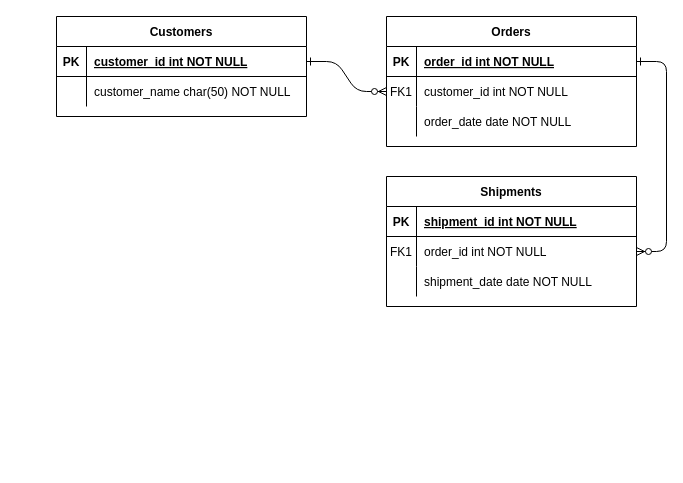
This is Untitled Diagram.drawio from tejudharanesh/database_design, a draw.io file, before an edit. Source tidied: cells renumbered, new cells numbered last; positions are measured from the earlier drawing's top-left corner, leaving out a move shared by most shapes. Both pictures are drawn from the tidied source at 100%, with x=0, y=0 at pixel (56, 16).
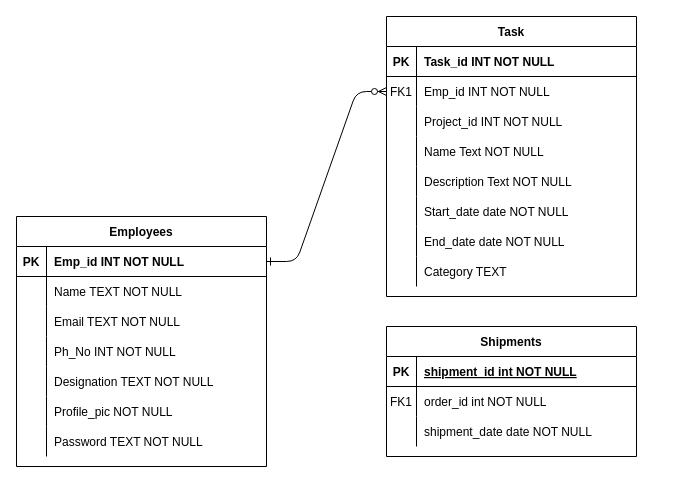
The same diagram, later.

The change refers to these unchanged cells:
```xml
<mxCell id="5" style="shape=partialRectangle;fillColor=none;points=[[0,0.5],[1,0.5]];portConstraint=eastwest;top=0;left=0;right=0;bottom=1;" parent="4" vertex="1">
  <mxGeometry y="30" width="250" height="30" as="geometry" />
</mxCell>
<mxCell id="8" style="shape=partialRectangle;fillColor=none;points=[[0,0.5],[1,0.5]];portConstraint=eastwest;top=0;left=0;right=0;bottom=0;" parent="4" vertex="1">
  <mxGeometry y="60" width="250" height="30" as="geometry" />
</mxCell>
<mxCell id="11" style="shape=partialRectangle;fillColor=none;top=0;left=0;right=0;bottom=0;" parent="4" vertex="1">
  <mxGeometry y="90" width="250" height="30" as="geometry" />
</mxCell>
<mxCell id="18" style="shape=partialRectangle;fillColor=none;points=[[0,0.5],[1,0.5]];portConstraint=eastwest;top=0;left=0;right=0;bottom=0;" parent="14" vertex="1">
  <mxGeometry y="60" width="250" height="30" as="geometry" />
</mxCell>
<mxCell id="25" style="shape=partialRectangle;fillColor=none;points=[[0,0.5],[1,0.5]];portConstraint=eastwest;top=0;left=0;right=0;bottom=1;" parent="24" vertex="1">
  <mxGeometry y="30" width="250" height="30" as="geometry" />
</mxCell>
<mxCell id="28" style="shape=partialRectangle;fillColor=none;top=0;left=0;right=0;bottom=0;" parent="24" vertex="1">
  <mxGeometry y="60" width="250" height="30" as="geometry" />
</mxCell>
```

What changed in the source:
```diff
@@
-    <mxCell id="3" style="edgeStyle=entityRelationEdgeStyle;endArrow=ERzeroToMany;startArrow=ERone;endFill=1;startFill=0;" parent="1" edge="1" source="5" target="18">
-      <mxGeometry relative="1" as="geometry" />
-    </mxCell>
-    <mxCell id="4" value="Orders" style="shape=table;startSize=30;childLayout=tableLayout;rowLines=0;fontStyle=1;align=center;" parent="1" vertex="1">
-      <mxGeometry x="330" width="250" height="130" as="geometry" />
+    <mxCell id="4" value="Task" style="shape=table;startSize=30;childLayout=tableLayout;rowLines=0;fontStyle=1;align=center;" parent="1" vertex="1">
+      <mxGeometry x="330" width="250" height="280" as="geometry" />
     </mxCell>
@@
-    <mxCell id="7" value="order_id int NOT NULL " style="shape=partialRectangle;overflow=hidden;fillColor=none;top=0;left=0;bottom=0;right=0;align=left;spacingLeft=6;fontStyle=5;" parent="5" vertex="1">
+    <mxCell id="7" value="Task_id INT NOT NULL " style="shape=partialRectangle;overflow=hidden;fillColor=none;top=0;left=0;bottom=0;right=0;align=left;spacingLeft=6;fontStyle=1;" parent="5" vertex="1">
       <mxGeometry x="30" width="220" height="30" as="geometry" />
     </mxCell>
@@
-    <mxCell id="10" value="customer_id int NOT NULL" style="shape=partialRectangle;overflow=hidden;fillColor=none;top=0;left=0;bottom=0;right=0;align=left;spacingLeft=6;" parent="8" vertex="1">
+    <mxCell id="10" value="Emp_id INT NOT NULL" style="shape=partialRectangle;overflow=hidden;fillColor=none;top=0;left=0;bottom=0;right=0;align=left;spacingLeft=6;" parent="8" vertex="1">
       <mxGeometry x="30" width="220" height="30" as="geometry" />
     </mxCell>
@@
-    <mxCell id="13" value="order_date date NOT NULL" style="shape=partialRectangle;overflow=hidden;fillColor=none;top=0;left=0;bottom=0;right=0;align=left;spacingLeft=6;" parent="11" vertex="1">
+    <mxCell id="13" value="Project_id INT NOT NULL" style="shape=partialRectangle;overflow=hidden;fillColor=none;top=0;left=0;bottom=0;right=0;align=left;spacingLeft=6;" parent="11" vertex="1">
       <mxGeometry x="30" width="220" height="30" as="geometry" />
     </mxCell>
+    <mxCell id="31" style="shape=partialRectangle;fillColor=none;top=0;left=0;right=0;bottom=0;" parent="4" vertex="1">
+      <mxGeometry y="120" width="250" height="30" as="geometry" />
+    </mxCell>
+    <mxCell id="32" style="shape=partialRectangle;overflow=hidden;fillColor=none;top=0;left=0;bottom=0;right=0;" parent="31" vertex="1">
+      <mxGeometry width="30" height="30" as="geometry" />
+    </mxCell>
+    <mxCell id="33" value="Name Text NOT NULL" style="shape=partialRectangle;overflow=hidden;fillColor=none;top=0;left=0;bottom=0;right=0;align=left;spacingLeft=6;" parent="31" vertex="1">
+      <mxGeometry x="30" width="220" height="30" as="geometry" />
+    </mxCell>
+    <mxCell id="34" style="shape=partialRectangle;fillColor=none;top=0;left=0;right=0;bottom=0;" parent="4" vertex="1">
+      <mxGeometry y="150" width="250" height="30" as="geometry" />
+    </mxCell>
+    <mxCell id="35" style="shape=partialRectangle;overflow=hidden;fillColor=none;top=0;left=0;bottom=0;right=0;" parent="34" vertex="1">
+      <mxGeometry width="30" height="30" as="geometry" />
+    </mxCell>
+    <mxCell id="36" value="Description Text NOT NULL" style="shape=partialRectangle;overflow=hidden;fillColor=none;top=0;left=0;bottom=0;right=0;align=left;spacingLeft=6;" parent="34" vertex="1">
+      <mxGeometry x="30" width="220" height="30" as="geometry" />
+    </mxCell>
+    <mxCell id="37" style="shape=partialRectangle;fillColor=none;top=0;left=0;right=0;bottom=0;" parent="4" vertex="1">
+      <mxGeometry y="180" width="250" height="30" as="geometry" />
+    </mxCell>
+    <mxCell id="38" style="shape=partialRectangle;overflow=hidden;fillColor=none;top=0;left=0;bottom=0;right=0;" parent="37" vertex="1">
+      <mxGeometry width="30" height="30" as="geometry" />
+    </mxCell>
+    <mxCell id="39" value="Start_date date NOT NULL" style="shape=partialRectangle;overflow=hidden;fillColor=none;top=0;left=0;bottom=0;right=0;align=left;spacingLeft=6;" parent="37" vertex="1">
+      <mxGeometry x="30" width="220" height="30" as="geometry" />
+    </mxCell>
+    <mxCell id="40" style="shape=partialRectangle;fillColor=none;top=0;left=0;right=0;bottom=0;" parent="4" vertex="1">
+      <mxGeometry y="210" width="250" height="30" as="geometry" />
+    </mxCell>
+    <mxCell id="41" style="shape=partialRectangle;overflow=hidden;fillColor=none;top=0;left=0;bottom=0;right=0;" parent="40" vertex="1">
+      <mxGeometry width="30" height="30" as="geometry" />
+    </mxCell>
+    <mxCell id="42" value="End_date date NOT NULL" style="shape=partialRectangle;overflow=hidden;fillColor=none;top=0;left=0;bottom=0;right=0;align=left;spacingLeft=6;" parent="40" vertex="1">
+      <mxGeometry x="30" width="220" height="30" as="geometry" />
+    </mxCell>
+    <mxCell id="43" style="shape=partialRectangle;fillColor=none;top=0;left=0;right=0;bottom=0;" parent="4" vertex="1">
+      <mxGeometry y="240" width="250" height="30" as="geometry" />
+    </mxCell>
+    <mxCell id="44" style="shape=partialRectangle;overflow=hidden;fillColor=none;top=0;left=0;bottom=0;right=0;" parent="43" vertex="1">
+      <mxGeometry width="30" height="30" as="geometry" />
+    </mxCell>
+    <mxCell id="45" value="Category TEXT " style="shape=partialRectangle;overflow=hidden;fillColor=none;top=0;left=0;bottom=0;right=0;align=left;spacingLeft=6;" parent="43" vertex="1">
+      <mxGeometry x="30" width="220" height="30" as="geometry" />
+    </mxCell>
     <mxCell id="14" value="Shipments" style="shape=table;startSize=30;childLayout=tableLayout;rowLines=0;fontStyle=1;align=center;" parent="1" vertex="1">
-      <mxGeometry x="330" y="160" width="250" height="130" as="geometry" />
+      <mxGeometry x="330" y="310" width="250" height="130" as="geometry" />
     </mxCell>
@@
-    <mxCell id="24" value="Customers" style="shape=table;startSize=30;childLayout=tableLayout;rowLines=0;fontStyle=1;align=center;" parent="1" vertex="1">
-      <mxGeometry width="250" height="100" as="geometry" />
+    <mxCell id="24" value="Employees" style="shape=table;startSize=30;childLayout=tableLayout;rowLines=0;fontStyle=1;align=center;" parent="1" vertex="1">
+      <mxGeometry x="-40" y="200" width="250" height="250" as="geometry" />
     </mxCell>
@@
-    <mxCell id="27" value="customer_id int NOT NULL " style="shape=partialRectangle;overflow=hidden;fillColor=none;top=0;left=0;bottom=0;right=0;align=left;spacingLeft=6;fontStyle=5;" parent="25" vertex="1">
+    <mxCell id="27" value="Emp_id INT NOT NULL" style="shape=partialRectangle;overflow=hidden;fillColor=none;top=0;left=0;bottom=0;right=0;align=left;spacingLeft=6;fontStyle=1;" parent="25" vertex="1">
       <mxGeometry x="30" width="220" height="30" as="geometry" />
     </mxCell>
@@
-    <mxCell id="30" value="customer_name char(50) NOT NULL" style="shape=partialRectangle;overflow=hidden;fillColor=none;top=0;left=0;bottom=0;right=0;align=left;spacingLeft=6;" parent="28" vertex="1">
+    <mxCell id="30" value="Name TEXT NOT NULL" style="shape=partialRectangle;overflow=hidden;fillColor=none;top=0;left=0;bottom=0;right=0;align=left;spacingLeft=6;" parent="28" vertex="1">
       <mxGeometry x="30" width="220" height="30" as="geometry" />
     </mxCell>
+    <mxCell id="46" style="shape=partialRectangle;fillColor=none;top=0;left=0;right=0;bottom=0;" parent="24" vertex="1">
+      <mxGeometry y="90" width="250" height="30" as="geometry" />
+    </mxCell>
+    <mxCell id="47" style="shape=partialRectangle;overflow=hidden;fillColor=none;top=0;left=0;bottom=0;right=0;" parent="46" vertex="1">
+      <mxGeometry width="30" height="30" as="geometry" />
+    </mxCell>
+    <mxCell id="48" value="Email TEXT NOT NULL" style="shape=partialRectangle;overflow=hidden;fillColor=none;top=0;left=0;bottom=0;right=0;align=left;spacingLeft=6;" parent="46" vertex="1">
+      <mxGeometry x="30" width="220" height="30" as="geometry" />
+    </mxCell>
+    <mxCell id="49" style="shape=partialRectangle;fillColor=none;top=0;left=0;right=0;bottom=0;" parent="24" vertex="1">
+      <mxGeometry y="120" width="250" height="30" as="geometry" />
+    </mxCell>
+    <mxCell id="50" style="shape=partialRectangle;overflow=hidden;fillColor=none;top=0;left=0;bottom=0;right=0;" parent="49" vertex="1">
+      <mxGeometry width="30" height="30" as="geometry" />
+    </mxCell>
+    <mxCell id="51" value="Ph_No INT NOT NULL" style="shape=partialRectangle;overflow=hidden;fillColor=none;top=0;left=0;bottom=0;right=0;align=left;spacingLeft=6;" parent="49" vertex="1">
+      <mxGeometry x="30" width="220" height="30" as="geometry" />
+    </mxCell>
+    <mxCell id="52" style="shape=partialRectangle;fillColor=none;top=0;left=0;right=0;bottom=0;" parent="24" vertex="1">
+      <mxGeometry y="150" width="250" height="30" as="geometry" />
+    </mxCell>
+    <mxCell id="53" style="shape=partialRectangle;overflow=hidden;fillColor=none;top=0;left=0;bottom=0;right=0;" parent="52" vertex="1">
+      <mxGeometry width="30" height="30" as="geometry" />
+    </mxCell>
+    <mxCell id="54" value="Designation TEXT NOT NULL" style="shape=partialRectangle;overflow=hidden;fillColor=none;top=0;left=0;bottom=0;right=0;align=left;spacingLeft=6;" parent="52" vertex="1">
+      <mxGeometry x="30" width="220" height="30" as="geometry" />
+    </mxCell>
+    <mxCell id="55" style="shape=partialRectangle;fillColor=none;top=0;left=0;right=0;bottom=0;" parent="24" vertex="1">
+      <mxGeometry y="180" width="250" height="30" as="geometry" />
+    </mxCell>
+    <mxCell id="56" style="shape=partialRectangle;overflow=hidden;fillColor=none;top=0;left=0;bottom=0;right=0;" parent="55" vertex="1">
+      <mxGeometry width="30" height="30" as="geometry" />
+    </mxCell>
+    <mxCell id="57" value="Profile_pic NOT NULL" style="shape=partialRectangle;overflow=hidden;fillColor=none;top=0;left=0;bottom=0;right=0;align=left;spacingLeft=6;" parent="55" vertex="1">
+      <mxGeometry x="30" width="220" height="30" as="geometry" />
+    </mxCell>
+    <mxCell id="58" style="shape=partialRectangle;fillColor=none;top=0;left=0;right=0;bottom=0;" parent="24" vertex="1">
+      <mxGeometry y="210" width="250" height="30" as="geometry" />
+    </mxCell>
+    <mxCell id="59" style="shape=partialRectangle;overflow=hidden;fillColor=none;top=0;left=0;bottom=0;right=0;" parent="58" vertex="1">
+      <mxGeometry width="30" height="30" as="geometry" />
+    </mxCell>
+    <mxCell id="60" value="Password TEXT NOT NULL" style="shape=partialRectangle;overflow=hidden;fillColor=none;top=0;left=0;bottom=0;right=0;align=left;spacingLeft=6;" parent="58" vertex="1">
+      <mxGeometry x="30" width="220" height="30" as="geometry" />
+    </mxCell>
```
